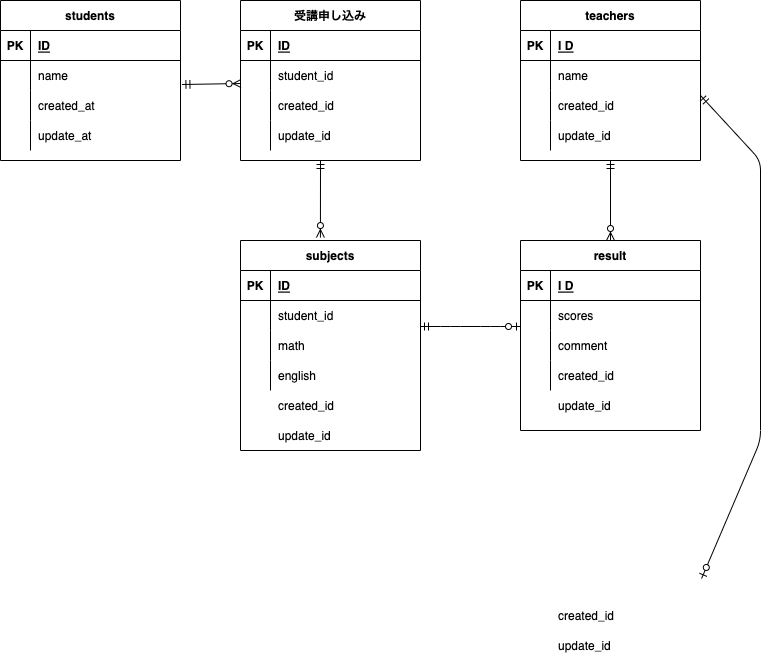
Before: index.drawio.png, a diagram exported from draw.io (FukumuraTakayuki/20221019ERtest). Source tidied: cells renumbered, new cells last; positions are measured from the earlier drawing's top-left corner, leaving out a move shared by most shapes.
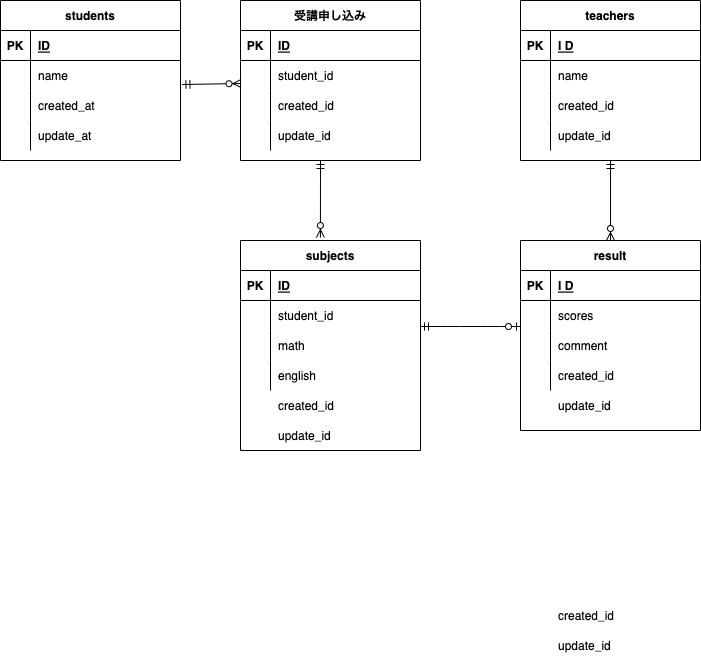
After the change.

What changed in the source:
```diff
@@ -220,15 +220,6 @@
         <mxPoint x="520" y="326" as="targetPoint" />
       </mxGeometry>
     </mxCell>
-    <mxCell id="73" style="fontSize=12;html=1;endArrow=ERzeroToOne;startArrow=ERmandOne;entryX=1.006;entryY=0.267;entryDx=0;entryDy=0;entryPerimeter=0;exitX=1;exitY=0.167;exitDx=0;exitDy=0;exitPerimeter=0;" parent="1" edge="1" source="61">
-      <mxGeometry relative="1" as="geometry">
-        <mxPoint x="701.1" y="578" as="targetPoint" />
-        <Array as="points">
-          <mxPoint x="760" y="160" />
-          <mxPoint x="760" y="440" />
-        </Array>
-      </mxGeometry>
-    </mxCell>
     <mxCell id="74" value="created_id" style="shape=partialRectangle;fillColor=none;top=0;left=0;bottom=0;right=0;align=left;spacingLeft=6;overflow=hidden;" parent="1" vertex="1">
       <mxGeometry x="550" y="600" width="150" height="30" as="geometry" />
     </mxCell>
```
